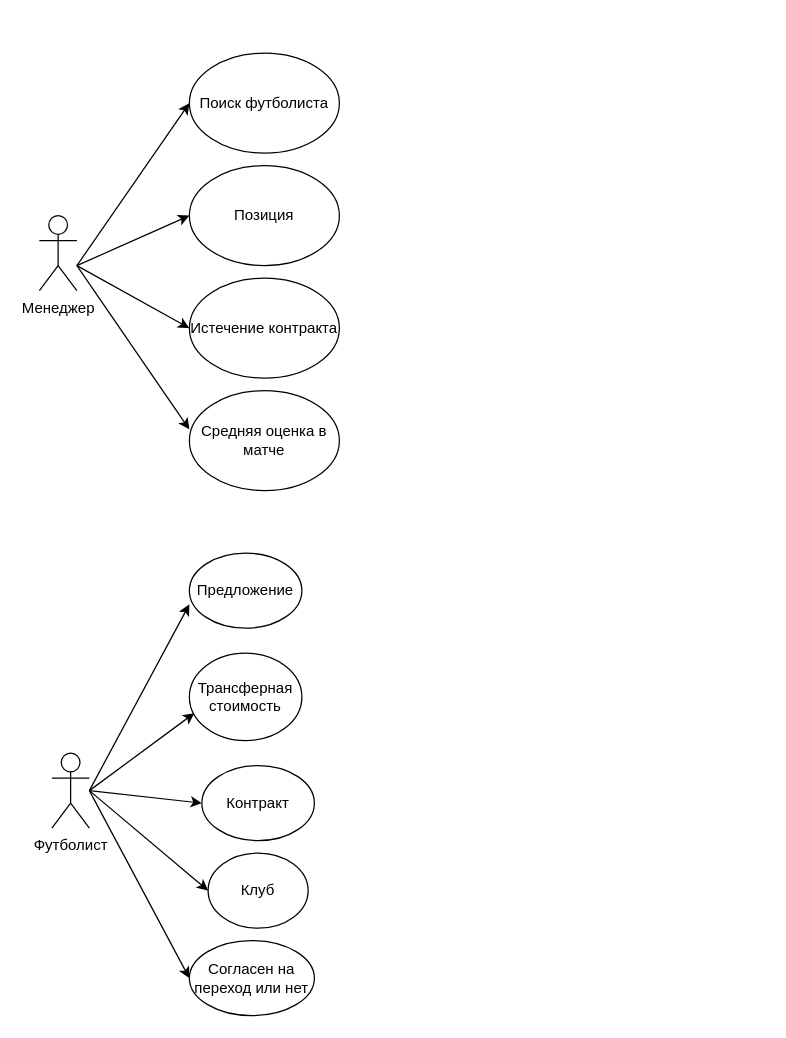
This is План.drawio from ErifKcalb/Uchebnya-Praktika-1, a draw.io file, before an edit. Source tidied: cells renumbered, new cells numbered last; positions are measured from the earlier drawing's top-left corner, leaving out a move shared by most shapes. Both pictures are drawn from the tidied source at 125%, with x=0, y=0 at pixel (39, 52).
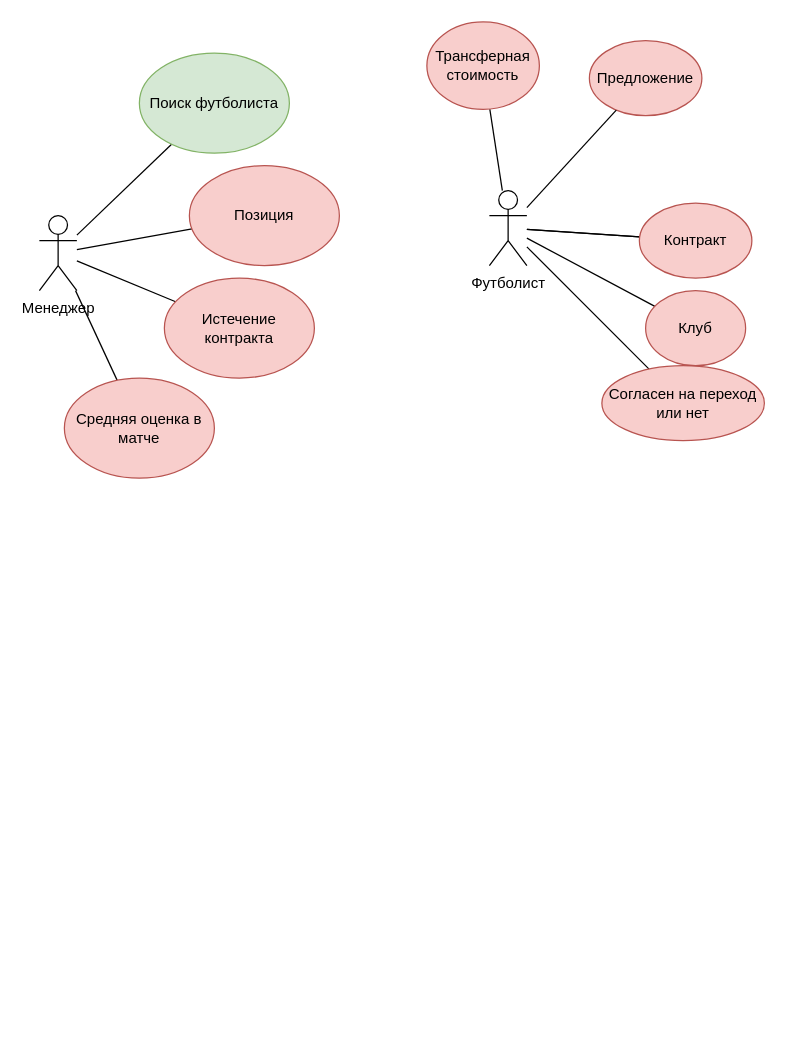
After the change.

The change refers to these unchanged cells:
```xml
<mxCell id="2" value="Менеджер" style="shape=umlActor;verticalLabelPosition=bottom;verticalAlign=top;html=1;outlineConnect=0;" parent="1" vertex="1">
  <mxGeometry y="130" width="30" height="60" as="geometry" />
</mxCell>
```

Change to the diagram source:
```diff
@@
+    <mxCell id="22" style="edgeStyle=none;jettySize=auto;html=1;endArrow=none;endFill=0;" parent="1" edge="1" source="2" target="3">
+      <mxGeometry relative="1" as="geometry" />
+    </mxCell>
+    <mxCell id="23" style="edgeStyle=none;jettySize=auto;html=1;endArrow=none;endFill=0;" parent="1" edge="1" source="2" target="4">
+      <mxGeometry relative="1" as="geometry" />
+    </mxCell>
+    <mxCell id="24" style="edgeStyle=none;jettySize=auto;html=1;endArrow=none;endFill=0;" parent="1" edge="1" source="2" target="5">
+      <mxGeometry relative="1" as="geometry" />
+    </mxCell>
+    <mxCell id="25" style="edgeStyle=none;jettySize=auto;html=1;endArrow=none;endFill=0;" parent="1" edge="1" source="2" target="6">
+      <mxGeometry relative="1" as="geometry" />
+    </mxCell>
@@
-    <mxCell id="3" value="Поиск футболиста" style="ellipse;whiteSpace=wrap;html=1;" parent="1" vertex="1">
-      <mxGeometry x="120" width="120" height="80" as="geometry" />
+    <mxCell id="3" value="Поиск футболиста" style="ellipse;whiteSpace=wrap;html=1;fillColor=#d5e8d4;strokeColor=#82b366;" parent="1" vertex="1">
+      <mxGeometry x="80" width="120" height="80" as="geometry" />
     </mxCell>
-    <mxCell id="4" value="Позиция" style="ellipse;whiteSpace=wrap;html=1;" parent="1" vertex="1">
+    <mxCell id="4" value="Позиция" style="ellipse;whiteSpace=wrap;html=1;fillColor=#f8cecc;strokeColor=#b85450;" parent="1" vertex="1">
       <mxGeometry x="120" y="90" width="120" height="80" as="geometry" />
     </mxCell>
-    <mxCell id="5" value="Истечение контракта" style="ellipse;whiteSpace=wrap;html=1;" parent="1" vertex="1">
-      <mxGeometry x="120" y="180" width="120" height="80" as="geometry" />
+    <mxCell id="5" value="Истечение&lt;br&gt;контракта" style="ellipse;whiteSpace=wrap;html=1;fillColor=#f8cecc;strokeColor=#b85450;" parent="1" vertex="1">
+      <mxGeometry x="100" y="180" width="120" height="80" as="geometry" />
     </mxCell>
-    <mxCell id="6" value="Средняя оценка в матче" style="ellipse;whiteSpace=wrap;html=1;" parent="1" vertex="1">
-      <mxGeometry x="120" y="270" width="120" height="80" as="geometry" />
+    <mxCell id="6" value="Средняя оценка в матче" style="ellipse;whiteSpace=wrap;html=1;fillColor=#f8cecc;strokeColor=#b85450;" parent="1" vertex="1">
+      <mxGeometry x="20" y="260" width="120" height="80" as="geometry" />
     </mxCell>
-    <mxCell id="7" style="endArrow=classic;html=1;entryX=0;entryY=0.5;entryDx=0;entryDy=0;" parent="1" edge="1" target="3">
-      <mxGeometry relative="1" as="geometry">
-        <mxPoint x="30" y="170" as="sourcePoint" />
-      </mxGeometry>
-    </mxCell>
-    <mxCell id="8" style="endArrow=classic;html=1;entryX=0;entryY=0.5;entryDx=0;entryDy=0;" parent="1" edge="1" target="4">
-      <mxGeometry relative="1" as="geometry">
-        <mxPoint x="30" y="170" as="sourcePoint" />
-      </mxGeometry>
-    </mxCell>
-    <mxCell id="9" style="endArrow=classic;html=1;entryX=0;entryY=0.5;entryDx=0;entryDy=0;" parent="1" edge="1" target="5">
-      <mxGeometry relative="1" as="geometry">
-        <mxPoint x="30" y="170" as="sourcePoint" />
-      </mxGeometry>
-    </mxCell>
-    <mxCell id="10" style="endArrow=classic;html=1;entryX=0;entryY=0.388;entryDx=0;entryDy=0;entryPerimeter=0;" parent="1" edge="1" target="6">
-      <mxGeometry relative="1" as="geometry">
-        <mxPoint x="30" y="170" as="sourcePoint" />
-      </mxGeometry>
-    </mxCell>
+    <mxCell id="26" style="edgeStyle=none;jettySize=auto;html=1;endArrow=none;endFill=0;" parent="1" edge="1" source="11" target="13">
+      <mxGeometry relative="1" as="geometry" />
+    </mxCell>
+    <mxCell id="27" style="edgeStyle=none;jettySize=auto;html=1;endArrow=none;endFill=0;" parent="1" edge="1" source="11" target="14">
+      <mxGeometry relative="1" as="geometry" />
+    </mxCell>
+    <mxCell id="28" style="edgeStyle=none;jettySize=auto;html=1;endArrow=none;endFill=0;" parent="1" edge="1" source="11" target="15">
+      <mxGeometry relative="1" as="geometry" />
+    </mxCell>
+    <mxCell id="29" style="edgeStyle=none;jettySize=auto;html=1;endArrow=none;endFill=0;" parent="1" edge="1" source="11" target="16">
+      <mxGeometry relative="1" as="geometry" />
+    </mxCell>
+    <mxCell id="30" style="edgeStyle=none;jettySize=auto;html=1;endArrow=none;endFill=0;" parent="1" edge="1" source="11" target="14">
+      <mxGeometry relative="1" as="geometry" />
+    </mxCell>
     <mxCell id="11" value="Футболист" style="shape=umlActor;verticalLabelPosition=bottom;verticalAlign=top;html=1;outlineConnect=0;" parent="1" vertex="1">
-      <mxGeometry x="10" y="560" width="30" height="60" as="geometry" />
+      <mxGeometry x="360" y="110" width="30" height="60" as="geometry" />
     </mxCell>
-    <mxCell id="12" value="Предложение&lt;br&gt;" style="ellipse;whiteSpace=wrap;html=1;" parent="1" vertex="1">
-      <mxGeometry x="120" y="400" width="90" height="60" as="geometry" />
+    <mxCell id="12" value="Предложение&lt;br&gt;" style="ellipse;whiteSpace=wrap;html=1;fillColor=#f8cecc;strokeColor=#b85450;" parent="1" vertex="1">
+      <mxGeometry x="440" y="-10" width="90" height="60" as="geometry" />
     </mxCell>
-    <mxCell id="13" value="Трансферная стоимость" style="ellipse;whiteSpace=wrap;html=1;" parent="1" vertex="1">
-      <mxGeometry x="120" y="480" width="90" height="70" as="geometry" />
+    <mxCell id="13" value="Трансферная стоимость" style="ellipse;whiteSpace=wrap;html=1;fillColor=#f8cecc;strokeColor=#b85450;" parent="1" vertex="1">
+      <mxGeometry x="310" y="-25" width="90" height="70" as="geometry" />
     </mxCell>
-    <mxCell id="14" value="Контракт" style="ellipse;whiteSpace=wrap;html=1;" parent="1" vertex="1">
-      <mxGeometry x="130" y="570" width="90" height="60" as="geometry" />
+    <mxCell id="14" value="Контракт" style="ellipse;whiteSpace=wrap;html=1;fillColor=#f8cecc;strokeColor=#b85450;" parent="1" vertex="1">
+      <mxGeometry x="480" y="120" width="90" height="60" as="geometry" />
     </mxCell>
-    <mxCell id="15" value="Клуб" style="ellipse;whiteSpace=wrap;html=1;" parent="1" vertex="1">
-      <mxGeometry x="135" y="640" width="80" height="60" as="geometry" />
+    <mxCell id="15" value="Клуб" style="ellipse;whiteSpace=wrap;html=1;fillColor=#f8cecc;strokeColor=#b85450;" parent="1" vertex="1">
+      <mxGeometry x="485" y="190" width="80" height="60" as="geometry" />
     </mxCell>
-    <mxCell id="16" value="Согласен на переход или нет" style="ellipse;whiteSpace=wrap;html=1;" parent="1" vertex="1">
-      <mxGeometry x="120" y="710" width="100" height="60" as="geometry" />
+    <mxCell id="16" value="Согласен на переход или нет" style="ellipse;whiteSpace=wrap;html=1;fillColor=#f8cecc;strokeColor=#b85450;" parent="1" vertex="1">
+      <mxGeometry x="450" y="250" width="130" height="60" as="geometry" />
     </mxCell>
-    <mxCell id="17" style="endArrow=classic;html=1;entryX=0;entryY=0.683;entryDx=0;entryDy=0;entryPerimeter=0;" parent="1" edge="1" target="12">
-      <mxGeometry relative="1" as="geometry">
-        <mxPoint x="40" y="590" as="sourcePoint" />
-      </mxGeometry>
+    <mxCell id="17" style="endArrow=none;html=1;endFill=0;" parent="1" edge="1" source="11" target="12">
+      <mxGeometry relative="1" as="geometry" />
     </mxCell>
-    <mxCell id="18" style="endArrow=classic;html=1;entryX=0.044;entryY=0.686;entryDx=0;entryDy=0;entryPerimeter=0;" parent="1" edge="1" target="13">
-      <mxGeometry relative="1" as="geometry">
-        <mxPoint x="40" y="590" as="sourcePoint" />
-      </mxGeometry>
-    </mxCell>
-    <mxCell id="19" style="endArrow=classic;html=1;entryX=0;entryY=0.5;entryDx=0;entryDy=0;" parent="1" edge="1" target="14">
-      <mxGeometry relative="1" as="geometry">
-        <mxPoint x="40" y="590" as="sourcePoint" />
-      </mxGeometry>
-    </mxCell>
-    <mxCell id="20" style="endArrow=classic;html=1;entryX=0;entryY=0.5;entryDx=0;entryDy=0;" parent="1" edge="1" target="15">
-      <mxGeometry relative="1" as="geometry">
-        <mxPoint x="40" y="590" as="sourcePoint" />
-      </mxGeometry>
-    </mxCell>
-    <mxCell id="21" style="endArrow=classic;html=1;entryX=0;entryY=0.5;entryDx=0;entryDy=0;" parent="1" edge="1" target="16">
-      <mxGeometry relative="1" as="geometry">
-        <mxPoint x="40" y="590" as="sourcePoint" />
-      </mxGeometry>
-    </mxCell>
```
